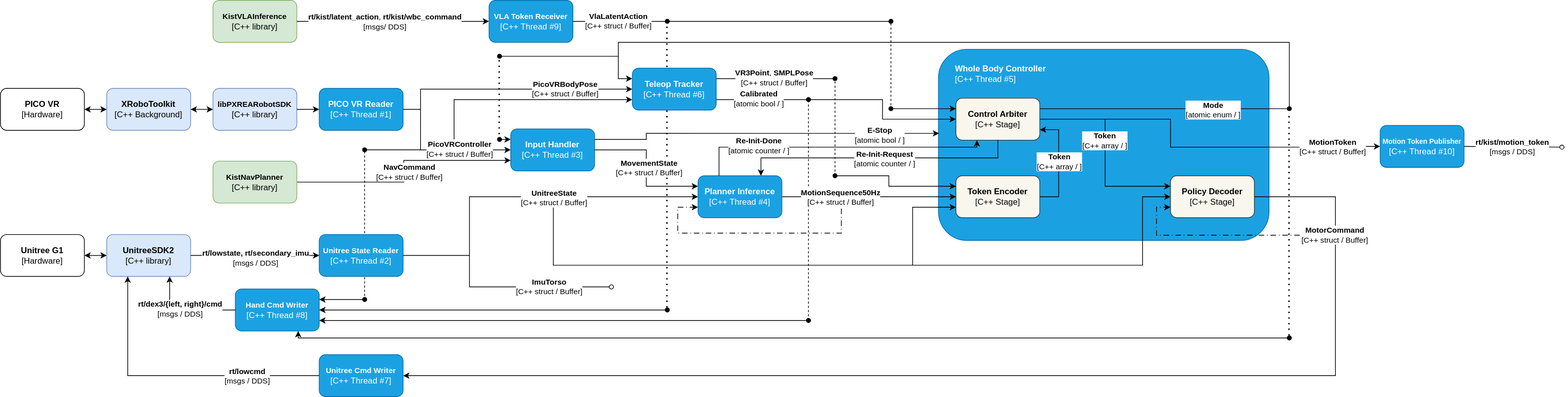
This is docs/kist-gearsonic-inference.svg from KIST-DelightRobotics-G1/gearsonic-inference, a draw.io export, as it was before one commit. Source tidied: cells renumbered, new cells last; positions are measured from the earlier drawing's top-left corner, leaving out a move shared by most shapes.
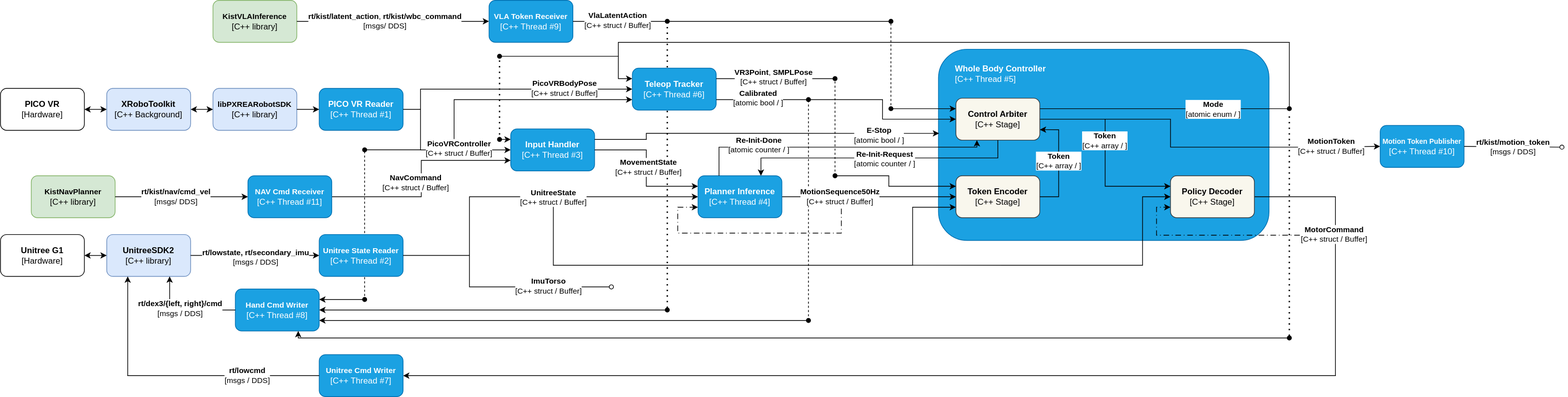
The same file after the commit.

Diff of the diagram source:
```diff
@@ -237,16 +237,16 @@
     <mxCell id="49" value="&lt;b&gt;Teleop Tracker&lt;/b&gt;&lt;br&gt;&lt;div&gt;[C++ Thread #6]&lt;/div&gt;" style="rounded=1;whiteSpace=wrap;html=1;fillColor=#1ba1e2;fontColor=#ffffff;strokeColor=#006EAF;" parent="1" vertex="1">
       <mxGeometry x="904" y="97" width="120" height="60" as="geometry" />
     </mxCell>
-    <mxCell id="50" style="endArrow=classic;html=1;rounded=0;exitX=1;exitY=0.5;exitDx=0;exitDy=0;entryX=0;entryY=0.75;entryDx=0;entryDy=0;edgeStyle=orthogonalEdgeStyle;" parent="1" edge="1" source="52" target="23">
+    <mxCell id="50" style="endArrow=classic;html=1;rounded=0;entryX=0;entryY=0.75;entryDx=0;entryDy=0;edgeStyle=orthogonalEdgeStyle;exitX=1;exitY=0.5;exitDx=0;exitDy=0;" parent="1" edge="1" source="97" target="23">
       <mxGeometry relative="1" as="geometry" />
     </mxCell>
     <mxCell id="51" value="&lt;b&gt;NavCommand&lt;/b&gt;&lt;div&gt;[C++ struct / Buffer]&lt;/div&gt;" style="edgeLabel;html=1;align=center;verticalAlign=middle;" parent="50" vertex="1">
       <mxGeometry x="0.01" relative="1" as="geometry">
-        <mxPoint x="7" y="2" as="offset" />
+        <mxPoint x="-8" y="7" as="offset" />
       </mxGeometry>
     </mxCell>
     <mxCell id="52" value="&lt;span style=&quot;font-size: 11px;&quot;&gt;&lt;b&gt;KistNavPlanner&lt;/b&gt;&lt;/span&gt;&lt;br&gt;&lt;div&gt;&lt;font style=&quot;color: light-dark(rgb(0, 0, 0), rgb(0, 102, 0));&quot;&gt;[C++ library]&lt;/font&gt;&lt;/div&gt;" style="rounded=1;whiteSpace=wrap;html=1;fillColor=#d5e8d4;strokeColor=#82b366;" parent="1" vertex="1">
-      <mxGeometry x="304" y="230" width="120" height="60" as="geometry" />
+      <mxGeometry x="44" y="251" width="120" height="60" as="geometry" />
     </mxCell>
     <mxCell id="53" style="endArrow=oval;html=1;rounded=0;exitX=1;exitY=0.25;exitDx=0;exitDy=0;endFill=1;" parent="1" edge="1" source="49">
       <mxGeometry relative="1" as="geometry">
@@ -468,5 +468,14 @@
         <mxPoint x="8" y="-2" as="offset" />
       </mxGeometry>
     </mxCell>
+    <mxCell id="97" value="&lt;b&gt;&lt;font style=&quot;font-size: 11px;&quot;&gt;NAV Cmd Receiver&lt;/font&gt;&lt;/b&gt;&lt;br&gt;&lt;div&gt;[C++ Thread #11]&lt;/div&gt;" style="rounded=1;whiteSpace=wrap;html=1;fillColor=#1ba1e2;fontColor=#ffffff;strokeColor=#006EAF;" parent="1" vertex="1">
+      <mxGeometry x="354" y="251" width="120" height="60" as="geometry" />
+    </mxCell>
+    <mxCell id="98" style="endArrow=classic;html=1;rounded=0;exitX=1;exitY=0.5;exitDx=0;exitDy=0;entryX=0;entryY=0.5;entryDx=0;entryDy=0;" parent="1" edge="1" source="52" target="97">
+      <mxGeometry relative="1" as="geometry" />
+    </mxCell>
+    <mxCell id="99" value="&lt;b&gt;rt/kist/nav/cmd_vel&lt;/b&gt;&lt;div&gt;[msgs/ DDS]&lt;/div&gt;" style="edgeLabel;html=1;align=center;verticalAlign=middle;" parent="98" vertex="1">
+      <mxGeometry x="-0.09" relative="1" as="geometry" />
+    </mxCell>
   </root>
 </mxGraphModel>
```
